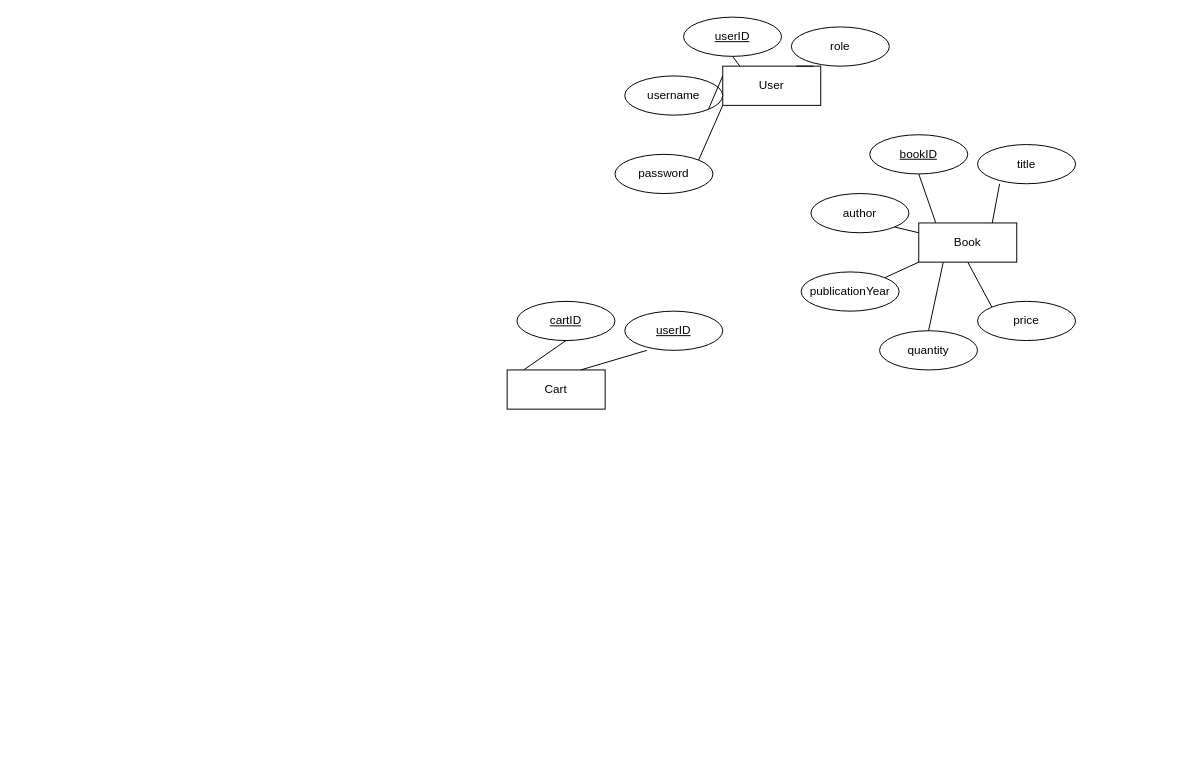
Before: Untitled Diagram.drawio in aurora-mei/BookSelling, a draw.io diagram. Source tidied: cells renumbered, new cells numbered last; positions are measured from the earlier drawing's top-left corner, leaving out a move shared by most shapes. Both pictures are drawn from the tidied source at 98%, with x=0, y=0 at pixel (507, 17).
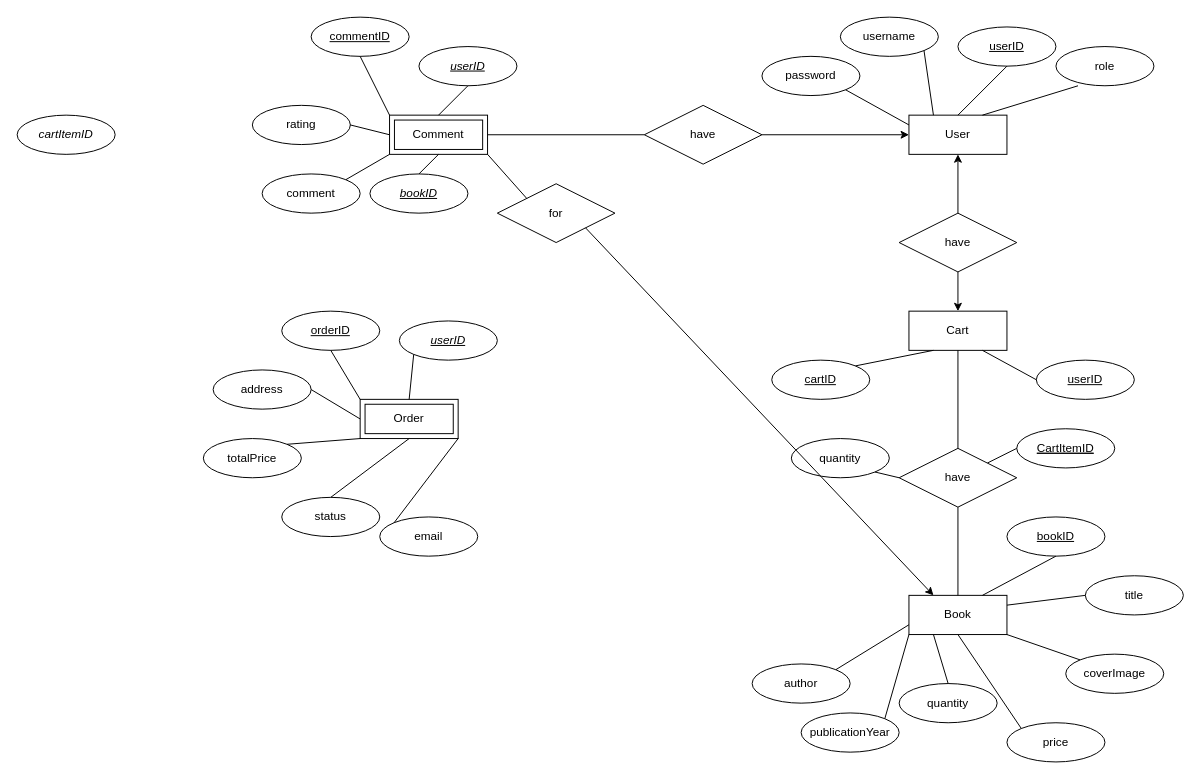
After the change.

Diff of the diagram source:
```diff
@@
     <mxCell id="2" value="User" style="whiteSpace=wrap;html=1;align=center;" parent="1" vertex="1">
-      <mxGeometry x="220" y="50" width="100" height="40" as="geometry" />
+      <mxGeometry x="410" y="100" width="100" height="40" as="geometry" />
     </mxCell>
     <mxCell id="3" value="userID" style="ellipse;whiteSpace=wrap;html=1;align=center;fontStyle=4;" parent="1" vertex="1">
-      <mxGeometry x="180" width="100" height="40" as="geometry" />
+      <mxGeometry x="460" y="10" width="100" height="40" as="geometry" />
     </mxCell>
     <mxCell id="4" value="username" style="ellipse;whiteSpace=wrap;html=1;align=center;" parent="1" vertex="1">
-      <mxGeometry x="120" y="60" width="100" height="40" as="geometry" />
+      <mxGeometry x="340" width="100" height="40" as="geometry" />
     </mxCell>
     <mxCell id="5" value="role" style="ellipse;whiteSpace=wrap;html=1;align=center;" parent="1" vertex="1">
-      <mxGeometry x="290" y="10" width="100" height="40" as="geometry" />
+      <mxGeometry x="560" y="30" width="100" height="40" as="geometry" />
     </mxCell>
     <mxCell id="6" value="password" style="ellipse;whiteSpace=wrap;html=1;align=center;" parent="1" vertex="1">
-      <mxGeometry x="110" y="140" width="100" height="40" as="geometry" />
+      <mxGeometry x="260" y="40" width="100" height="40" as="geometry" />
     </mxCell>
-    <mxCell id="7" style="endArrow=none;html=1;rounded=0;exitX=0.5;exitY=1;exitDx=0;exitDy=0;entryX=0.173;entryY=-0.007;entryDx=0;entryDy=0;entryPerimeter=0;" parent="1" edge="1" source="3" target="2">
+    <mxCell id="7" style="endArrow=none;html=1;rounded=0;exitX=0.5;exitY=1;exitDx=0;exitDy=0;entryX=0.5;entryY=0;entryDx=0;entryDy=0;" parent="1" edge="1" source="3" target="2">
       <mxGeometry relative="1" as="geometry" />
     </mxCell>
-    <mxCell id="8" style="endArrow=none;html=1;rounded=0;exitX=1;exitY=1;exitDx=0;exitDy=0;entryX=0;entryY=0.25;entryDx=0;entryDy=0;" parent="1" edge="1" source="4" target="2">
+    <mxCell id="8" style="endArrow=none;html=1;rounded=0;exitX=1;exitY=1;exitDx=0;exitDy=0;entryX=0.25;entryY=0;entryDx=0;entryDy=0;" parent="1" edge="1" source="4" target="2">
       <mxGeometry relative="1" as="geometry" />
     </mxCell>
-    <mxCell id="9" style="endArrow=none;html=1;rounded=0;exitX=1;exitY=0;exitDx=0;exitDy=0;entryX=0;entryY=1;entryDx=0;entryDy=0;" parent="1" edge="1" source="6" target="2">
+    <mxCell id="9" style="endArrow=none;html=1;rounded=0;exitX=1;exitY=1;exitDx=0;exitDy=0;entryX=0;entryY=0.25;entryDx=0;entryDy=0;" parent="1" edge="1" source="6" target="2">
       <mxGeometry relative="1" as="geometry" />
     </mxCell>
@@
     <mxCell id="11" value="Book" style="whiteSpace=wrap;html=1;align=center;" parent="1" vertex="1">
-      <mxGeometry x="420" y="210" width="100" height="40" as="geometry" />
+      <mxGeometry x="410" y="590" width="100" height="40" as="geometry" />
     </mxCell>
     <mxCell id="12" value="bookID" style="ellipse;whiteSpace=wrap;html=1;align=center;fontStyle=4;" parent="1" vertex="1">
-      <mxGeometry x="370" y="120" width="100" height="40" as="geometry" />
+      <mxGeometry x="510" y="510" width="100" height="40" as="geometry" />
     </mxCell>
     <mxCell id="13" value="author" style="ellipse;whiteSpace=wrap;html=1;align=center;" parent="1" vertex="1">
-      <mxGeometry x="310" y="180" width="100" height="40" as="geometry" />
+      <mxGeometry x="250" y="660" width="100" height="40" as="geometry" />
     </mxCell>
     <mxCell id="14" value="title" style="ellipse;whiteSpace=wrap;html=1;align=center;" parent="1" vertex="1">
-      <mxGeometry x="480" y="130" width="100" height="40" as="geometry" />
+      <mxGeometry x="590" y="570" width="100" height="40" as="geometry" />
     </mxCell>
     <mxCell id="15" value="publicationYear" style="ellipse;whiteSpace=wrap;html=1;align=center;" parent="1" vertex="1">
-      <mxGeometry x="300" y="260" width="100" height="40" as="geometry" />
+      <mxGeometry x="300" y="710" width="100" height="40" as="geometry" />
     </mxCell>
-    <mxCell id="16" style="endArrow=none;html=1;rounded=0;exitX=0.5;exitY=1;exitDx=0;exitDy=0;entryX=0.173;entryY=-0.007;entryDx=0;entryDy=0;entryPerimeter=0;" parent="1" edge="1" source="12" target="11">
+    <mxCell id="16" style="endArrow=none;html=1;rounded=0;exitX=0.5;exitY=1;exitDx=0;exitDy=0;entryX=0.75;entryY=0;entryDx=0;entryDy=0;" parent="1" edge="1" source="12" target="11">
       <mxGeometry relative="1" as="geometry" />
     </mxCell>
-    <mxCell id="17" style="endArrow=none;html=1;rounded=0;exitX=1;exitY=1;exitDx=0;exitDy=0;entryX=0;entryY=0.25;entryDx=0;entryDy=0;" parent="1" edge="1" source="13" target="11">
+    <mxCell id="17" style="endArrow=none;html=1;rounded=0;exitX=1;exitY=0;exitDx=0;exitDy=0;entryX=0;entryY=0.75;entryDx=0;entryDy=0;" parent="1" edge="1" source="13" target="11">
       <mxGeometry relative="1" as="geometry" />
     </mxCell>
@@
-    <mxCell id="19" style="endArrow=none;html=1;rounded=0;exitX=0.75;exitY=0;exitDx=0;exitDy=0;entryX=0.225;entryY=1.001;entryDx=0;entryDy=0;entryPerimeter=0;" parent="1" edge="1" source="11" target="14">
+    <mxCell id="19" style="endArrow=none;html=1;rounded=0;exitX=1;exitY=0.25;exitDx=0;exitDy=0;entryX=0;entryY=0.5;entryDx=0;entryDy=0;" parent="1" edge="1" source="11" target="14">
       <mxGeometry relative="1" as="geometry" />
     </mxCell>
     <mxCell id="20" value="quantity" style="ellipse;whiteSpace=wrap;html=1;align=center;" parent="1" vertex="1">
-      <mxGeometry x="380" y="320" width="100" height="40" as="geometry" />
+      <mxGeometry x="400" y="680" width="100" height="40" as="geometry" />
     </mxCell>
     <mxCell id="21" value="price" style="ellipse;whiteSpace=wrap;html=1;align=center;" parent="1" vertex="1">
-      <mxGeometry x="480" y="290" width="100" height="40" as="geometry" />
+      <mxGeometry x="510" y="720" width="100" height="40" as="geometry" />
     </mxCell>
@@
     <mxCell id="24" value="Cart" style="whiteSpace=wrap;html=1;align=center;" parent="1" vertex="1">
-      <mxGeometry y="360" width="100" height="40" as="geometry" />
+      <mxGeometry x="410" y="300" width="100" height="40" as="geometry" />
     </mxCell>
     <mxCell id="25" value="cartID" style="ellipse;whiteSpace=wrap;html=1;align=center;fontStyle=4;" parent="1" vertex="1">
-      <mxGeometry x="10" y="290" width="100" height="40" as="geometry" />
+      <mxGeometry x="270" y="350" width="100" height="40" as="geometry" />
     </mxCell>
     <mxCell id="26" value="&lt;u&gt;userID&lt;/u&gt;" style="ellipse;whiteSpace=wrap;html=1;align=center;" parent="1" vertex="1">
-      <mxGeometry x="120" y="300" width="100" height="40" as="geometry" />
+      <mxGeometry x="540" y="350" width="100" height="40" as="geometry" />
     </mxCell>
-    <mxCell id="27" style="endArrow=none;html=1;rounded=0;exitX=0.5;exitY=1;exitDx=0;exitDy=0;entryX=0.173;entryY=-0.007;entryDx=0;entryDy=0;entryPerimeter=0;" parent="1" edge="1" source="25" target="24">
+    <mxCell id="27" style="endArrow=none;html=1;rounded=0;exitX=1;exitY=0;exitDx=0;exitDy=0;entryX=0.25;entryY=1;entryDx=0;entryDy=0;" parent="1" edge="1" source="25" target="24">
       <mxGeometry relative="1" as="geometry" />
     </mxCell>
-    <mxCell id="28" style="endArrow=none;html=1;rounded=0;exitX=0.75;exitY=0;exitDx=0;exitDy=0;entryX=0.225;entryY=1.001;entryDx=0;entryDy=0;entryPerimeter=0;" parent="1" edge="1" source="24" target="26">
+    <mxCell id="28" style="endArrow=none;html=1;rounded=0;exitX=0.75;exitY=1;exitDx=0;exitDy=0;entryX=0;entryY=0.5;entryDx=0;entryDy=0;" parent="1" edge="1" source="24" target="26">
       <mxGeometry relative="1" as="geometry" />
     </mxCell>
+    <mxCell id="29" value="&lt;u&gt;CartItemID&lt;/u&gt;" style="ellipse;whiteSpace=wrap;html=1;align=center;fontStyle=4;" parent="1" vertex="1">
+      <mxGeometry x="520" y="420" width="100" height="40" as="geometry" />
+    </mxCell>
+    <mxCell id="30" value="quantity" style="ellipse;whiteSpace=wrap;html=1;align=center;" parent="1" vertex="1">
+      <mxGeometry x="290" y="430" width="100" height="40" as="geometry" />
+    </mxCell>
+    <mxCell id="31" style="endArrow=none;html=1;rounded=0;exitX=0;exitY=0.5;exitDx=0;exitDy=0;entryX=1;entryY=0;entryDx=0;entryDy=0;" parent="1" edge="1" source="29" target="60">
+      <mxGeometry relative="1" as="geometry" />
+    </mxCell>
+    <mxCell id="32" style="endArrow=none;html=1;rounded=0;exitX=1;exitY=1;exitDx=0;exitDy=0;entryX=0;entryY=0.5;entryDx=0;entryDy=0;" parent="1" edge="1" source="30" target="60">
+      <mxGeometry relative="1" as="geometry" />
+    </mxCell>
+    <mxCell id="33" value="Comment" style="shape=ext;margin=3;double=1;whiteSpace=wrap;html=1;align=center;" parent="1" vertex="1">
+      <mxGeometry x="-120" y="100" width="100" height="40" as="geometry" />
+    </mxCell>
+    <mxCell id="34" value="&lt;u&gt;commentID&lt;/u&gt;" style="ellipse;whiteSpace=wrap;html=1;align=center;" parent="1" vertex="1">
+      <mxGeometry x="-200" width="100" height="40" as="geometry" />
+    </mxCell>
+    <mxCell id="35" value="&lt;i&gt;&lt;u&gt;userID&lt;/u&gt;&lt;/i&gt;" style="ellipse;whiteSpace=wrap;html=1;align=center;" parent="1" vertex="1">
+      <mxGeometry x="-90" y="30" width="100" height="40" as="geometry" />
+    </mxCell>
+    <mxCell id="36" value="&lt;i&gt;&lt;u&gt;bookID&lt;/u&gt;&lt;/i&gt;" style="ellipse;whiteSpace=wrap;html=1;align=center;" parent="1" vertex="1">
+      <mxGeometry x="-140" y="160" width="100" height="40" as="geometry" />
+    </mxCell>
+    <mxCell id="37" value="rating" style="ellipse;whiteSpace=wrap;html=1;align=center;" parent="1" vertex="1">
+      <mxGeometry x="-260" y="90" width="100" height="40" as="geometry" />
+    </mxCell>
+    <mxCell id="38" value="comment" style="ellipse;whiteSpace=wrap;html=1;align=center;" parent="1" vertex="1">
+      <mxGeometry x="-250" y="160" width="100" height="40" as="geometry" />
+    </mxCell>
+    <mxCell id="39" style="endArrow=none;html=1;rounded=0;exitX=0;exitY=0;exitDx=0;exitDy=0;entryX=0.5;entryY=1;entryDx=0;entryDy=0;" parent="1" edge="1" source="33" target="34">
+      <mxGeometry relative="1" as="geometry" />
+    </mxCell>
+    <mxCell id="40" style="endArrow=none;html=1;rounded=0;exitX=0.5;exitY=0;exitDx=0;exitDy=0;entryX=0.5;entryY=1;entryDx=0;entryDy=0;" parent="1" edge="1" source="33" target="35">
+      <mxGeometry relative="1" as="geometry" />
+    </mxCell>
+    <mxCell id="41" style="endArrow=none;html=1;rounded=0;exitX=0;exitY=0.5;exitDx=0;exitDy=0;entryX=1;entryY=0.5;entryDx=0;entryDy=0;" parent="1" edge="1" source="33" target="37">
+      <mxGeometry relative="1" as="geometry" />
+    </mxCell>
+    <mxCell id="42" style="endArrow=none;html=1;rounded=0;exitX=0;exitY=1;exitDx=0;exitDy=0;entryX=1;entryY=0;entryDx=0;entryDy=0;" parent="1" edge="1" source="33" target="38">
+      <mxGeometry relative="1" as="geometry" />
+    </mxCell>
+    <mxCell id="43" style="endArrow=none;html=1;rounded=0;entryX=0.5;entryY=0;entryDx=0;entryDy=0;exitX=0.5;exitY=1;exitDx=0;exitDy=0;" parent="1" edge="1" source="33" target="36">
+      <mxGeometry relative="1" as="geometry" />
+    </mxCell>
+    <mxCell id="44" value="Order" style="shape=ext;margin=3;double=1;whiteSpace=wrap;html=1;align=center;" parent="1" vertex="1">
+      <mxGeometry x="-150" y="390" width="100" height="40" as="geometry" />
+    </mxCell>
+    <mxCell id="45" value="&lt;u&gt;orderID&lt;/u&gt;" style="ellipse;whiteSpace=wrap;html=1;align=center;" parent="1" vertex="1">
+      <mxGeometry x="-230" y="300" width="100" height="40" as="geometry" />
+    </mxCell>
+    <mxCell id="46" value="&lt;i&gt;&lt;u&gt;userID&lt;/u&gt;&lt;/i&gt;" style="ellipse;whiteSpace=wrap;html=1;align=center;" parent="1" vertex="1">
+      <mxGeometry x="-110" y="310" width="100" height="40" as="geometry" />
+    </mxCell>
+    <mxCell id="47" value="status" style="ellipse;whiteSpace=wrap;html=1;align=center;" parent="1" vertex="1">
+      <mxGeometry x="-230" y="490" width="100" height="40" as="geometry" />
+    </mxCell>
+    <mxCell id="48" value="address" style="ellipse;whiteSpace=wrap;html=1;align=center;" parent="1" vertex="1">
+      <mxGeometry x="-300" y="360" width="100" height="40" as="geometry" />
+    </mxCell>
+    <mxCell id="49" value="totalPrice" style="ellipse;whiteSpace=wrap;html=1;align=center;" parent="1" vertex="1">
+      <mxGeometry x="-310" y="430" width="100" height="40" as="geometry" />
+    </mxCell>
+    <mxCell id="50" style="endArrow=none;html=1;rounded=0;exitX=0;exitY=0;exitDx=0;exitDy=0;entryX=0.5;entryY=1;entryDx=0;entryDy=0;" parent="1" edge="1" source="44" target="45">
+      <mxGeometry relative="1" as="geometry" />
+    </mxCell>
+    <mxCell id="51" style="endArrow=none;html=1;rounded=0;exitX=0.5;exitY=0;exitDx=0;exitDy=0;entryX=0;entryY=1;entryDx=0;entryDy=0;" parent="1" edge="1" source="44" target="46">
+      <mxGeometry relative="1" as="geometry" />
+    </mxCell>
+    <mxCell id="52" style="endArrow=none;html=1;rounded=0;exitX=0;exitY=0.5;exitDx=0;exitDy=0;entryX=1;entryY=0.5;entryDx=0;entryDy=0;" parent="1" edge="1" source="44" target="48">
+      <mxGeometry relative="1" as="geometry" />
+    </mxCell>
+    <mxCell id="53" style="endArrow=none;html=1;rounded=0;exitX=0;exitY=1;exitDx=0;exitDy=0;entryX=1;entryY=0;entryDx=0;entryDy=0;" parent="1" edge="1" source="44" target="49">
+      <mxGeometry relative="1" as="geometry" />
+    </mxCell>
+    <mxCell id="54" style="endArrow=none;html=1;rounded=0;entryX=0.5;entryY=0;entryDx=0;entryDy=0;exitX=0.5;exitY=1;exitDx=0;exitDy=0;" parent="1" edge="1" source="44" target="47">
+      <mxGeometry relative="1" as="geometry" />
+    </mxCell>
+    <mxCell id="55" value="email" style="ellipse;whiteSpace=wrap;html=1;align=center;" parent="1" vertex="1">
+      <mxGeometry x="-130" y="510" width="100" height="40" as="geometry" />
+    </mxCell>
+    <mxCell id="56" style="endArrow=none;html=1;rounded=0;entryX=0;entryY=0;entryDx=0;entryDy=0;exitX=1;exitY=1;exitDx=0;exitDy=0;" parent="1" edge="1" source="44" target="55">
+      <mxGeometry relative="1" as="geometry" />
+    </mxCell>
+    <mxCell id="57" value="&lt;i&gt;cartItemID&lt;/i&gt;" style="ellipse;whiteSpace=wrap;html=1;align=center;" parent="1" vertex="1">
+      <mxGeometry x="-500" y="100" width="100" height="40" as="geometry" />
+    </mxCell>
+    <mxCell id="58" value="coverImage" style="ellipse;whiteSpace=wrap;html=1;align=center;" parent="1" vertex="1">
+      <mxGeometry x="570" y="650" width="100" height="40" as="geometry" />
+    </mxCell>
+    <mxCell id="59" style="endArrow=none;html=1;rounded=0;exitX=1;exitY=1;exitDx=0;exitDy=0;entryX=0;entryY=0;entryDx=0;entryDy=0;" parent="1" edge="1" source="11" target="58">
+      <mxGeometry relative="1" as="geometry" />
+    </mxCell>
+    <mxCell id="60" value="have" style="shape=rhombus;perimeter=rhombusPerimeter;whiteSpace=wrap;html=1;align=center;" parent="1" vertex="1">
+      <mxGeometry x="400" y="440" width="120" height="60" as="geometry" />
+    </mxCell>
+    <mxCell id="61" value="have" style="shape=rhombus;perimeter=rhombusPerimeter;whiteSpace=wrap;html=1;align=center;" parent="1" vertex="1">
+      <mxGeometry x="140" y="90" width="120" height="60" as="geometry" />
+    </mxCell>
+    <mxCell id="62" style="endArrow=classic;html=1;rounded=0;exitX=1;exitY=0.5;exitDx=0;exitDy=0;entryX=0;entryY=0.5;entryDx=0;entryDy=0;" parent="1" edge="1" source="61" target="2">
+      <mxGeometry relative="1" as="geometry" />
+    </mxCell>
+    <mxCell id="63" style="endArrow=none;html=1;rounded=0;exitX=1;exitY=0.5;exitDx=0;exitDy=0;entryX=0;entryY=0.5;entryDx=0;entryDy=0;" parent="1" edge="1" source="33" target="61">
+      <mxGeometry relative="1" as="geometry" />
+    </mxCell>
+    <mxCell id="64" value="for" style="shape=rhombus;perimeter=rhombusPerimeter;whiteSpace=wrap;html=1;align=center;" parent="1" vertex="1">
+      <mxGeometry x="-10" y="170" width="120" height="60" as="geometry" />
+    </mxCell>
+    <mxCell id="65" style="endArrow=classic;html=1;rounded=0;entryX=0.25;entryY=0;entryDx=0;entryDy=0;exitX=1;exitY=1;exitDx=0;exitDy=0;" parent="1" edge="1" source="64" target="11">
+      <mxGeometry relative="1" as="geometry" />
+    </mxCell>
+    <mxCell id="66" style="endArrow=none;html=1;rounded=0;exitX=1;exitY=1;exitDx=0;exitDy=0;entryX=0;entryY=0;entryDx=0;entryDy=0;" parent="1" edge="1" source="33" target="64">
+      <mxGeometry relative="1" as="geometry" />
+    </mxCell>
+    <mxCell id="67" value="have" style="shape=rhombus;perimeter=rhombusPerimeter;whiteSpace=wrap;html=1;align=center;" parent="1" vertex="1">
+      <mxGeometry x="400" y="200" width="120" height="60" as="geometry" />
+    </mxCell>
+    <mxCell id="68" style="endArrow=classic;html=1;rounded=0;exitX=0.5;exitY=0;exitDx=0;exitDy=0;entryX=0.5;entryY=1;entryDx=0;entryDy=0;" parent="1" edge="1" source="67" target="2">
+      <mxGeometry relative="1" as="geometry" />
+    </mxCell>
+    <mxCell id="69" style="endArrow=classic;html=1;rounded=0;exitX=0.5;exitY=1;exitDx=0;exitDy=0;entryX=0.5;entryY=0;entryDx=0;entryDy=0;" parent="1" edge="1" source="67" target="24">
+      <mxGeometry relative="1" as="geometry" />
+    </mxCell>
+    <mxCell id="70" style="endArrow=none;html=1;rounded=0;exitX=0.5;exitY=0;exitDx=0;exitDy=0;entryX=0.5;entryY=1;entryDx=0;entryDy=0;" parent="1" edge="1" source="60" target="24">
+      <mxGeometry relative="1" as="geometry" />
+    </mxCell>
+    <mxCell id="71" style="endArrow=none;html=1;rounded=0;exitX=0.5;exitY=0;exitDx=0;exitDy=0;entryX=0.5;entryY=1;entryDx=0;entryDy=0;" parent="1" edge="1" source="11" target="60">
+      <mxGeometry relative="1" as="geometry" />
+    </mxCell>
```
